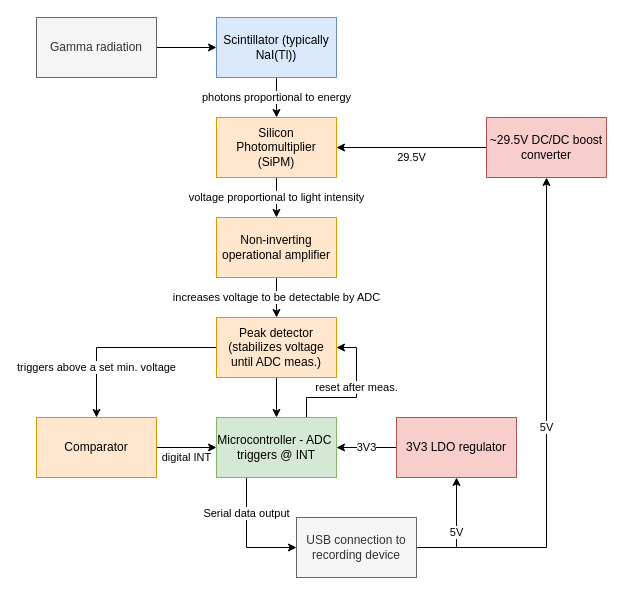
Before: docs/flow.drawio in OpenGammaProject/Open-Gamma-Detector, a draw.io diagram. Source tidied: cells renumbered, new cells numbered last; positions are measured from the earlier drawing's top-left corner, leaving out a move shared by most shapes. Both pictures are drawn from the tidied source at 100%, with x=0, y=0 at pixel (36, 17).
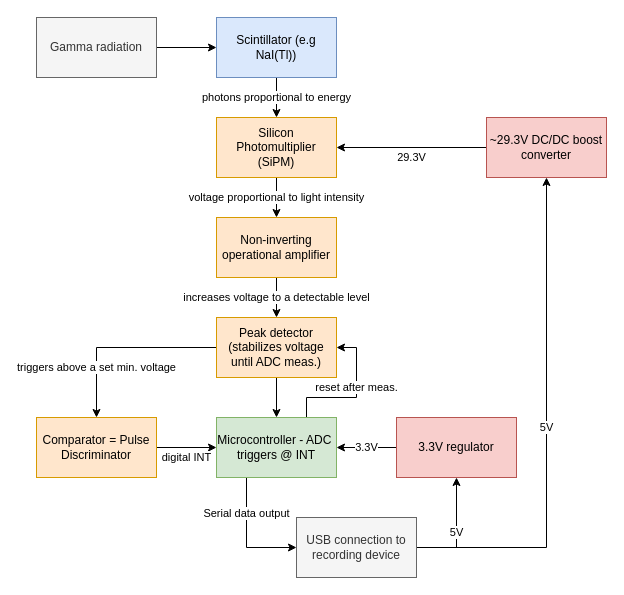
Above is the later version.

Unchanged cells that the change refers to:
```xml
<mxCell id="4" value="Microcontroller - ADC&amp;nbsp; triggers @ INT" style="rounded=0;whiteSpace=wrap;html=1;fillColor=#d5e8d4;strokeColor=#82b366;" parent="1" vertex="1">
  <mxGeometry x="180" y="400" width="120" height="60" as="geometry" />
</mxCell>
<mxCell id="6" value="Silicon Photomultiplier (SiPM)" style="rounded=0;whiteSpace=wrap;html=1;fillColor=#ffe6cc;strokeColor=#d79b00;" parent="1" vertex="1">
  <mxGeometry x="180" y="100" width="120" height="60" as="geometry" />
</mxCell>
<mxCell id="19" value="Non-inverting operational amplifier" style="rounded=0;whiteSpace=wrap;html=1;fillColor=#ffe6cc;strokeColor=#d79b00;" parent="1" vertex="1">
  <mxGeometry x="180" y="200" width="120" height="60" as="geometry" />
</mxCell>
<mxCell id="22" value="Peak detector (stabilizes voltage until ADC meas.)" style="rounded=0;whiteSpace=wrap;html=1;fillColor=#ffe6cc;strokeColor=#d79b00;" parent="1" vertex="1">
  <mxGeometry x="180" y="300" width="120" height="60" as="geometry" />
</mxCell>
```

What changed in the source:
```diff
@@
-    <mxCell id="8" value="Scintillator (typically NaI(Tl))" style="rounded=0;whiteSpace=wrap;html=1;fillColor=#dae8fc;strokeColor=#6c8ebf;" parent="1" vertex="1">
+    <mxCell id="8" value="Scintillator (e.g NaI(Tl))" style="rounded=0;whiteSpace=wrap;html=1;fillColor=#dae8fc;strokeColor=#6c8ebf;" parent="1" vertex="1">
       <mxGeometry x="180" width="120" height="60" as="geometry" />
     </mxCell>
@@
-    <mxCell id="11" value="29.5V" style="edgeStyle=orthogonalEdgeStyle;rounded=0;jettySize=auto;html=1;" parent="1" edge="1" source="12" target="6">
+    <mxCell id="11" value="29.3V" style="edgeStyle=orthogonalEdgeStyle;rounded=0;jettySize=auto;html=1;" parent="1" edge="1" source="12" target="6">
       <mxGeometry y="10" relative="1" as="geometry" />
     </mxCell>
-    <mxCell id="12" value="~29.5V DC/DC boost converter" style="rounded=0;whiteSpace=wrap;html=1;fillColor=#f8cecc;strokeColor=#b85450;" parent="1" vertex="1">
+    <mxCell id="12" value="&lt;div&gt;~29.3V DC/DC boost converter&lt;/div&gt;" style="rounded=0;whiteSpace=wrap;html=1;fillColor=#f8cecc;strokeColor=#b85450;" parent="1" vertex="1">
       <mxGeometry x="450" y="100" width="120" height="60" as="geometry" />
     </mxCell>
@@
-    <mxCell id="16" value="3V3" style="edgeStyle=orthogonalEdgeStyle;rounded=0;jettySize=auto;html=1;" parent="1" edge="1" source="17" target="4">
+    <mxCell id="16" value="3.3V" style="edgeStyle=orthogonalEdgeStyle;rounded=0;jettySize=auto;html=1;" parent="1" edge="1" source="17" target="4">
       <mxGeometry relative="1" as="geometry" />
     </mxCell>
-    <mxCell id="17" value="3V3 LDO regulator" style="rounded=0;whiteSpace=wrap;html=1;fillColor=#f8cecc;strokeColor=#b85450;" parent="1" vertex="1">
+    <mxCell id="17" value="3.3V regulator" style="rounded=0;whiteSpace=wrap;html=1;fillColor=#f8cecc;strokeColor=#b85450;" parent="1" vertex="1">
       <mxGeometry x="360" y="400" width="120" height="60" as="geometry" />
     </mxCell>
-    <mxCell id="18" value="increases voltage to be detectable by ADC" style="edgeStyle=orthogonalEdgeStyle;rounded=0;jettySize=auto;html=1;" parent="1" edge="1" source="19" target="22">
+    <mxCell id="18" value="increases voltage to a detectable level" style="edgeStyle=orthogonalEdgeStyle;rounded=0;jettySize=auto;html=1;" parent="1" edge="1" source="19" target="22">
       <mxGeometry relative="1" as="geometry" />
     </mxCell>
@@
-    <mxCell id="24" value="Comparator" style="rounded=0;whiteSpace=wrap;html=1;fillColor=#ffe6cc;strokeColor=#d79b00;" parent="1" vertex="1">
+    <mxCell id="24" value="Comparator = Pulse Discriminator" style="rounded=0;whiteSpace=wrap;html=1;fillColor=#ffe6cc;strokeColor=#d79b00;" parent="1" vertex="1">
       <mxGeometry y="400" width="120" height="60" as="geometry" />
     </mxCell>
```
